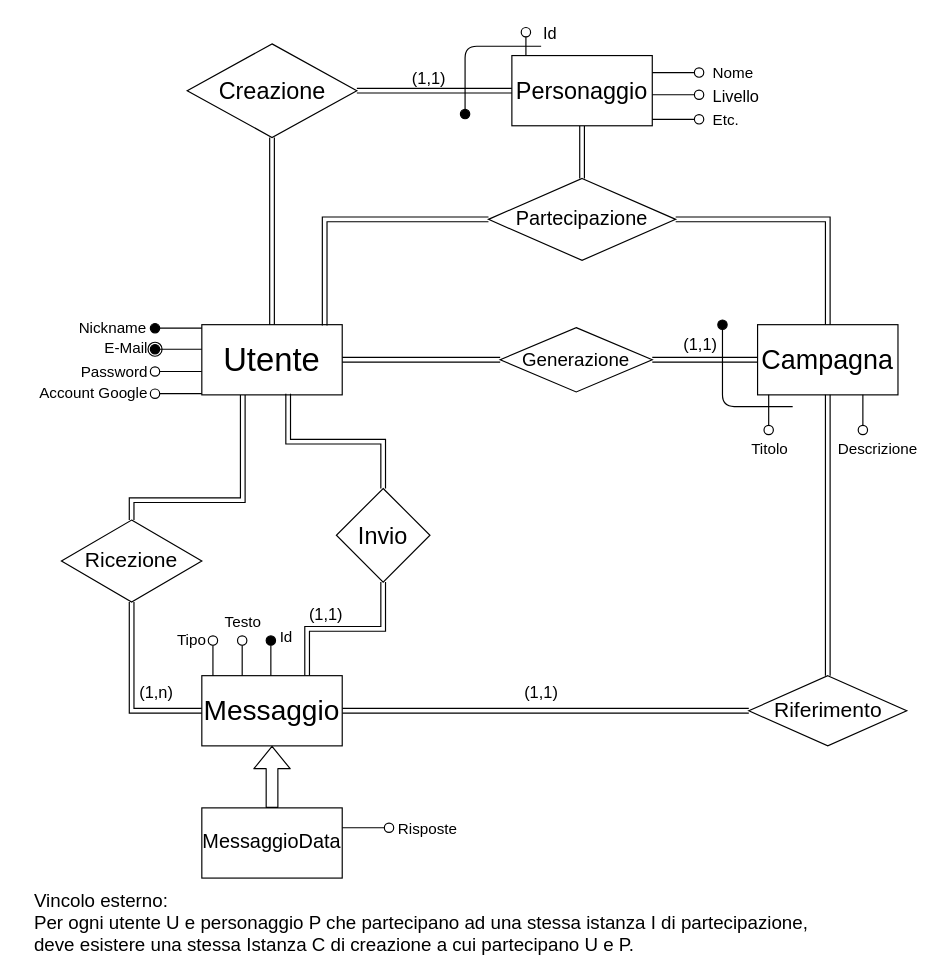
PlusPlusUltra/RPG-Campaign-Manager keeps this draw.io diagram as Schema ER/Untitled Diagram.drawio. Above is the earlier version. Source tidied: cells renumbered, new cells numbered last; positions are measured from the earlier drawing's top-left corner, leaving out a move shared by most shapes. Both pictures are drawn from the tidied source at 117%, with x=0, y=0 at pixel (20, 20).
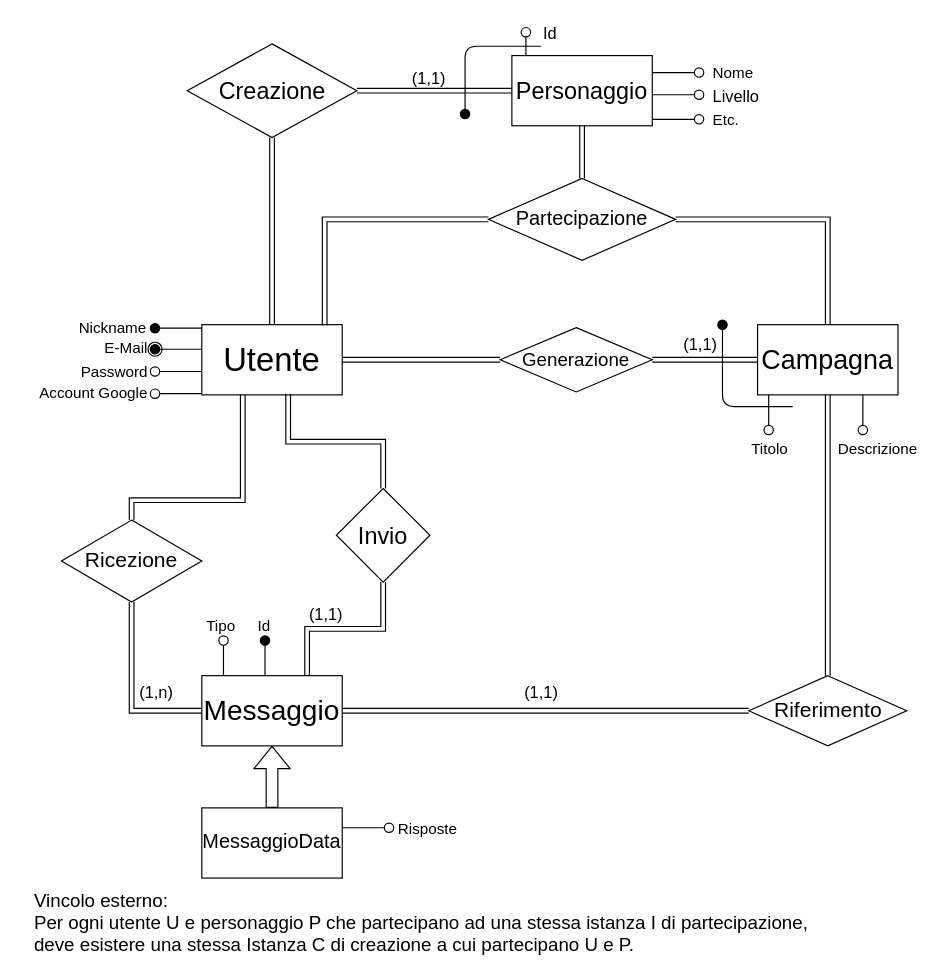
After the change.

Commit message (it also covers changes not shown here):
cambiamenti nello schema ER

Change to the diagram source:
```diff
@@
     <mxCell id="31" style="html=1;verticalAlign=bottom;startArrow=oval;startFill=1;endArrow=none;startSize=8;endFill=0;" parent="1" edge="1">
       <mxGeometry relative="1" as="geometry">
-        <mxPoint x="214" y="530" as="sourcePoint" />
-        <mxPoint x="214" y="560" as="targetPoint" />
+        <mxPoint x="209" y="530" as="sourcePoint" />
+        <mxPoint x="209" y="560" as="targetPoint" />
       </mxGeometry>
     </mxCell>
@@
     <mxCell id="37" style="html=1;verticalAlign=bottom;startArrow=oval;startFill=0;endArrow=none;startSize=8;endFill=0;" parent="1" edge="1">
       <mxGeometry relative="1" as="geometry">
-        <mxPoint x="164.5" y="530" as="sourcePoint" />
-        <mxPoint x="164.5" y="560" as="targetPoint" />
+        <mxPoint x="173.5" y="530" as="sourcePoint" />
+        <mxPoint x="173.5" y="560" as="targetPoint" />
       </mxGeometry>
     </mxCell>
-    <mxCell id="38" style="html=1;verticalAlign=bottom;startArrow=oval;startFill=0;endArrow=none;startSize=8;endFill=0;" parent="1" edge="1">
-      <mxGeometry relative="1" as="geometry">
-        <mxPoint x="189.5" y="530" as="sourcePoint" />
-        <mxPoint x="189.5" y="560" as="targetPoint" />
-      </mxGeometry>
-    </mxCell>
-    <mxCell id="39" value="&lt;font style=&quot;font-size: 13px&quot;&gt;Id&lt;/font&gt;" style="text;html=1;align=left;verticalAlign=top;spacingTop=-4;" parent="1" vertex="1">
-      <mxGeometry x="220" y="517" width="30" height="20" as="geometry" />
+    <mxCell id="39" value="&lt;font style=&quot;font-size: 13px&quot;&gt;Id&lt;/font&gt;" style="text;html=1;align=center;verticalAlign=top;spacingTop=-4;" parent="1" vertex="1">
+      <mxGeometry x="193" y="506.5" width="30" height="20" as="geometry" />
     </mxCell>
-    <mxCell id="40" value="&lt;div style=&quot;text-align: center&quot;&gt;&lt;span style=&quot;font-size: 13px&quot;&gt;Testo&lt;/span&gt;&lt;/div&gt;" style="text;html=1;align=center;verticalAlign=top;spacingTop=-4;" parent="1" vertex="1">
-      <mxGeometry x="165" y="504" width="50" height="20" as="geometry" />
-    </mxCell>
     <mxCell id="41" value="&lt;font style=&quot;font-size: 13px&quot;&gt;Tipo&lt;/font&gt;" style="text;html=1;align=right;verticalAlign=top;spacingTop=-4;" parent="1" vertex="1">
-      <mxGeometry x="120" y="518.5" width="40" height="20" as="geometry" />
+      <mxGeometry x="145" y="506.5" width="40" height="20" as="geometry" />
     </mxCell>
```
